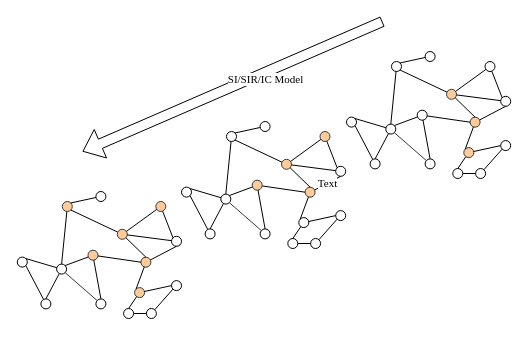
Above: 生成标签.drawio in streakyPorker/drawio-diagrams (draw.io), before the change. Source tidied: cells renumbered, new cells numbered last; positions are measured from the earlier drawing's top-left corner, leaving out a move shared by most shapes. Both pictures are drawn from the tidied source at 100%, with x=0, y=0 at pixel (17, 21).
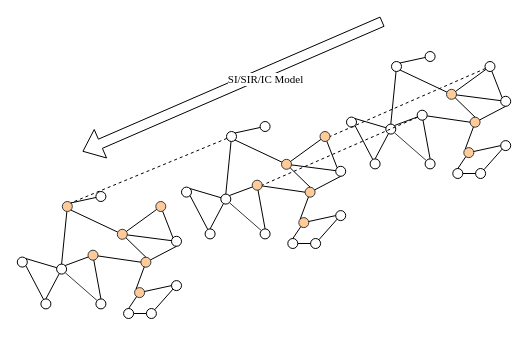
The same page after the edit.

Unchanged cells that the change refers to:
```xml
<mxCell id="19" style="ellipse;whiteSpace=wrap;html=1;" parent="2" vertex="1">
  <mxGeometry x="70.7" y="58.7" width="10" height="10" as="geometry" />
</mxCell>
<mxCell id="27" style="ellipse;whiteSpace=wrap;html=1;" parent="2" vertex="1">
  <mxGeometry x="138.5" y="10" width="10" height="10" as="geometry" />
</mxCell>
<mxCell id="38" style="group;" parent="1" vertex="1">
  <mxGeometry x="164" y="100" width="164.2" height="127" as="geometry" />
</mxCell>
<mxCell id="41" style="ellipse;whiteSpace=wrap;html=1;" parent="38" vertex="1">
  <mxGeometry x="45" y="10" width="10" height="10" as="geometry" />
</mxCell>
<mxCell id="55" style="ellipse;whiteSpace=wrap;html=1;fillColor=#ffcc99;strokeColor=#36393d;" parent="38" vertex="1">
  <mxGeometry x="70.7" y="58.7" width="10" height="10" as="geometry" />
</mxCell>
<mxCell id="61" style="edgeStyle=none;rounded=0;jettySize=auto;html=1;entryX=0.5;entryY=1;entryDx=0;entryDy=0;endArrow=none;endFill=0;" parent="38" edge="1" source="51" target="59">
  <mxGeometry relative="1" as="geometry" />
</mxCell>
<mxCell id="64" style="ellipse;whiteSpace=wrap;html=1;fillColor=#ffcc99;strokeColor=#36393d;" parent="38" vertex="1">
  <mxGeometry x="138.5" y="10" width="10" height="10" as="geometry" />
</mxCell>
<mxCell id="78" style="ellipse;whiteSpace=wrap;html=1;fillColor=#ffcc99;strokeColor=#36393d;" parent="75" vertex="1">
  <mxGeometry x="45" y="10" width="10" height="10" as="geometry" />
</mxCell>
```

What changed in the source:
```diff
@@
-    <mxCell id="62" value="Text" style="edgeLabel;html=1;align=center;verticalAlign=middle;fontFamily=Times New Roman;" parent="61" vertex="1">
-      <mxGeometry x="-0.07" y="1" relative="1" as="geometry" />
-    </mxCell>
@@
-    <mxCell id="67" style="ellipse;whiteSpace=wrap;html=1;" parent="38" vertex="1">
+    <mxCell id="67" style="ellipse;whiteSpace=wrap;html=1;fillColor=#ffcc99;strokeColor=#36393d;" parent="38" vertex="1">
       <mxGeometry x="117.3" y="96.1" width="10" height="10" as="geometry" />
     </mxCell>
@@
+    <mxCell id="113" style="rounded=0;jettySize=auto;html=1;entryX=1;entryY=0.5;entryDx=0;entryDy=0;fontFamily=Times New Roman;startSize=6;endSize=6;strokeWidth=1;dashed=1;endArrow=none;endFill=0;" parent="1" edge="1" source="27" target="64">
+      <mxGeometry relative="1" as="geometry" />
+    </mxCell>
+    <mxCell id="114" style="edgeStyle=none;rounded=0;jettySize=auto;html=1;entryX=1;entryY=0.5;entryDx=0;entryDy=0;dashed=1;fontFamily=Times New Roman;endArrow=none;endFill=0;startSize=6;endSize=6;strokeWidth=1;" parent="1" edge="1" source="19" target="55">
+      <mxGeometry relative="1" as="geometry" />
+    </mxCell>
+    <mxCell id="115" style="edgeStyle=none;rounded=0;jettySize=auto;html=1;entryX=1;entryY=0;entryDx=0;entryDy=0;dashed=1;fontFamily=Times New Roman;endArrow=none;endFill=0;startSize=6;endSize=6;strokeWidth=1;" parent="1" edge="1" source="41" target="78">
+      <mxGeometry relative="1" as="geometry" />
+    </mxCell>
```
